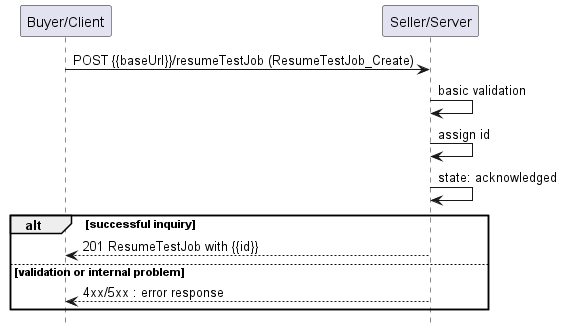
The PlantUML diagram documentation/serviceApi/sft/serviceTest/media/useCase19.png in MEF-GIT/MEF-LSO-Legato-SDK, before a commit. The source it was exported from:
```plantuml
@startuml useCase19


hide footbox

participant "Buyer/Client" as B
participant "Seller/Server" as S

B -> S : POST {{baseUrl}}/resumeTestJob (ResumeTestJob_Create)

S -> S : basic validation
S -> S : assign id
S -> S : state: acknowledged
alt successful inquiry
    B <-- S : 201 ResumeTestJob with {{id}}
else validation or internal problem
    B <-- S: 4xx/5xx : error response
end

@enduml
```
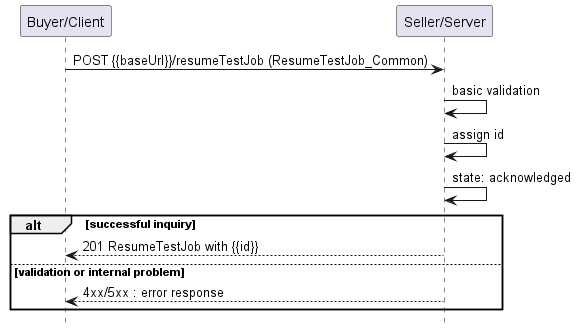
After the change.

Change to the diagram source:
```diff
@@ -6,7 +6,7 @@
 participant "Buyer/Client" as B
 participant "Seller/Server" as S
 
-B -> S : POST {{baseUrl}}/resumeTestJob (ResumeTestJob_Create)
+B -> S : POST {{baseUrl}}/resumeTestJob (ResumeTestJob_Common)
 
 S -> S : basic validation
 S -> S : assign id
```
